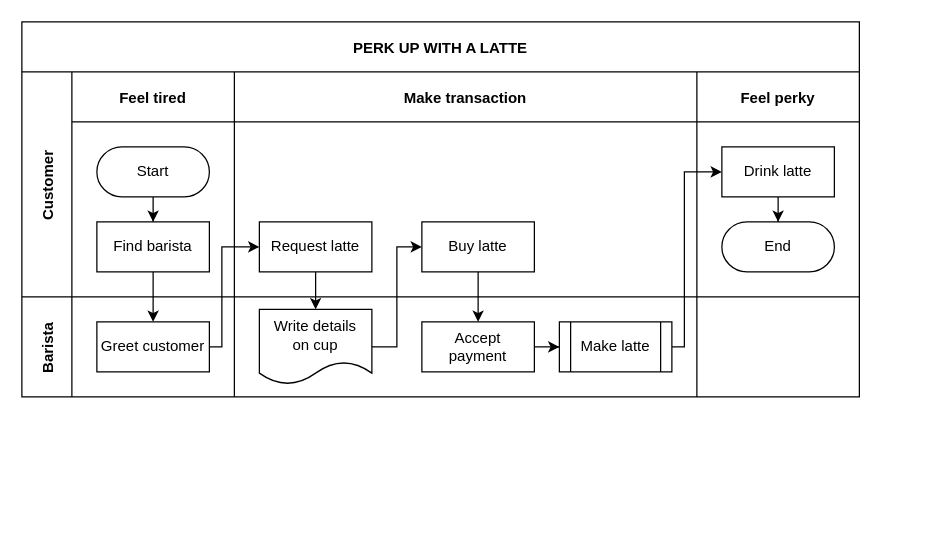
Earlier version of the draw.io diagram 未命名绘图.drawio (MarkDin/flowGraph). Source tidied: cells renumbered, new cells numbered last; positions are measured from the earlier drawing's top-left corner, leaving out a move shared by most shapes. Both pictures are drawn from the tidied source at 125%, with x=0, y=0 at pixel (21, 21).
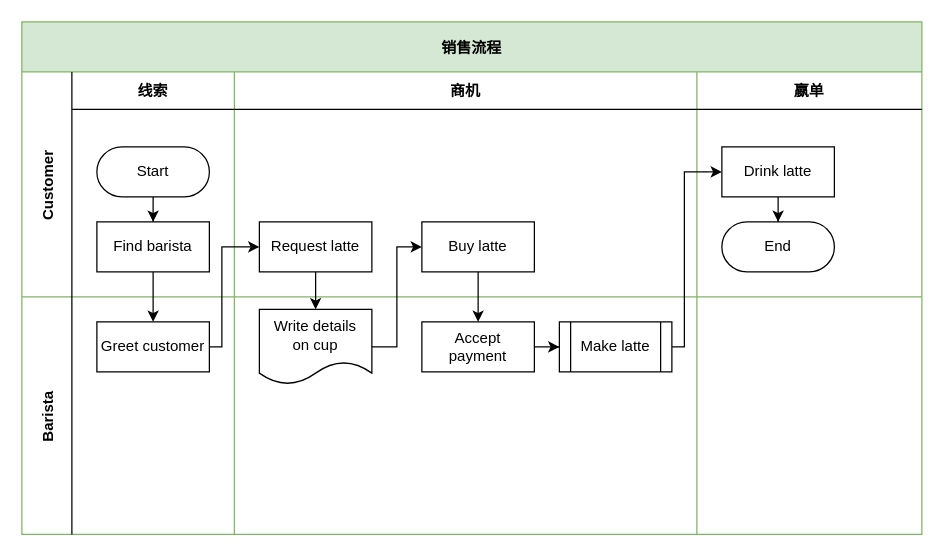
After the change.

Commit message:
更新未命名绘图.drawio

What changed in the source:
```diff
@@
-    <mxCell id="2" value="PERK UP WITH A LATTE" style="shape=table;childLayout=tableLayout;startSize=40;fillColor=none;fontStyle=1;" parent="1" vertex="1">
-      <mxGeometry width="670" height="300" as="geometry" />
+    <mxCell id="2" value="销售流程" style="shape=table;childLayout=tableLayout;startSize=40;fillColor=#d5e8d4;fontStyle=1;swimlaneFillColor=none;strokeColor=#82b366;" parent="1" vertex="1">
+      <mxGeometry width="720" height="410" as="geometry" />
     </mxCell>
@@
     <mxCell id="4" value="Customer" style="shape=tableRow;horizontal=0;swimlaneHead=0;swimlaneBody=0;top=0;left=0;bottom=0;right=0;fillColor=none;startSize=40;fontStyle=1;" parent="2" vertex="1">
-      <mxGeometry y="40" width="670" height="180" as="geometry" />
+      <mxGeometry y="40" width="720" height="180" as="geometry" />
     </mxCell>
-    <mxCell id="5" value="Feel tired" style="swimlane;swimlaneHead=0;swimlaneBody=0;fillColor=none;startSize=40;fontStyle=1;" parent="4" vertex="1">
+    <mxCell id="5" value="线索" style="swimlane;swimlaneHead=0;swimlaneBody=0;fillColor=none;startSize=30;fontStyle=1;" parent="4" vertex="1">
       <mxGeometry x="40" width="130" height="180" as="geometry" />
     </mxCell>
@@
-    <mxCell id="9" value="Make transaction" style="swimlane;swimlaneHead=0;swimlaneBody=0;fillColor=none;startSize=40;fontStyle=1;" parent="4" vertex="1">
+    <mxCell id="9" value="商机" style="swimlane;swimlaneHead=0;swimlaneBody=0;fillColor=none;startSize=30;fontStyle=1;" parent="4" vertex="1">
       <mxGeometry x="170" width="370" height="180" as="geometry" />
     </mxCell>
@@
-    <mxCell id="12" value="Feel perky" style="swimlane;swimlaneHead=0;swimlaneBody=0;fillColor=none;startSize=40;fontStyle=1;" parent="4" vertex="1">
-      <mxGeometry x="540" width="130" height="180" as="geometry" />
+    <mxCell id="12" value="嬴单" style="swimlane;swimlaneHead=0;swimlaneBody=0;fillColor=none;startSize=30;fontStyle=1;" parent="4" vertex="1">
+      <mxGeometry x="540" width="180" height="180" as="geometry" />
     </mxCell>
@@
     <mxCell id="16" value="Barista" style="shape=tableRow;horizontal=0;swimlaneHead=0;swimlaneBody=0;top=0;left=0;bottom=0;right=0;fillColor=none;startSize=40;fontStyle=1;" parent="2" vertex="1">
-      <mxGeometry y="220" width="670" height="80" as="geometry" />
+      <mxGeometry y="220" width="720" height="190" as="geometry" />
     </mxCell>
     <mxCell id="17" style="swimlane;swimlaneHead=0;swimlaneBody=0;fillColor=none;startSize=0;fontStyle=1;" parent="16" vertex="1">
-      <mxGeometry x="40" width="130" height="80" as="geometry" />
+      <mxGeometry x="40" width="130" height="190" as="geometry" />
     </mxCell>
@@
     <mxCell id="19" style="swimlane;swimlaneHead=0;swimlaneBody=0;fillColor=none;startSize=0;fontStyle=1;" parent="16" vertex="1">
-      <mxGeometry x="170" width="370" height="80" as="geometry" />
+      <mxGeometry x="170" width="370" height="190" as="geometry" />
     </mxCell>
@@
     <mxCell id="24" style="swimlane;swimlaneHead=0;swimlaneBody=0;fillColor=none;startSize=0;fontStyle=1;" parent="16" vertex="1">
-      <mxGeometry x="540" width="130" height="80" as="geometry" />
+      <mxGeometry x="540" width="180" height="190" as="geometry" />
     </mxCell>
```
